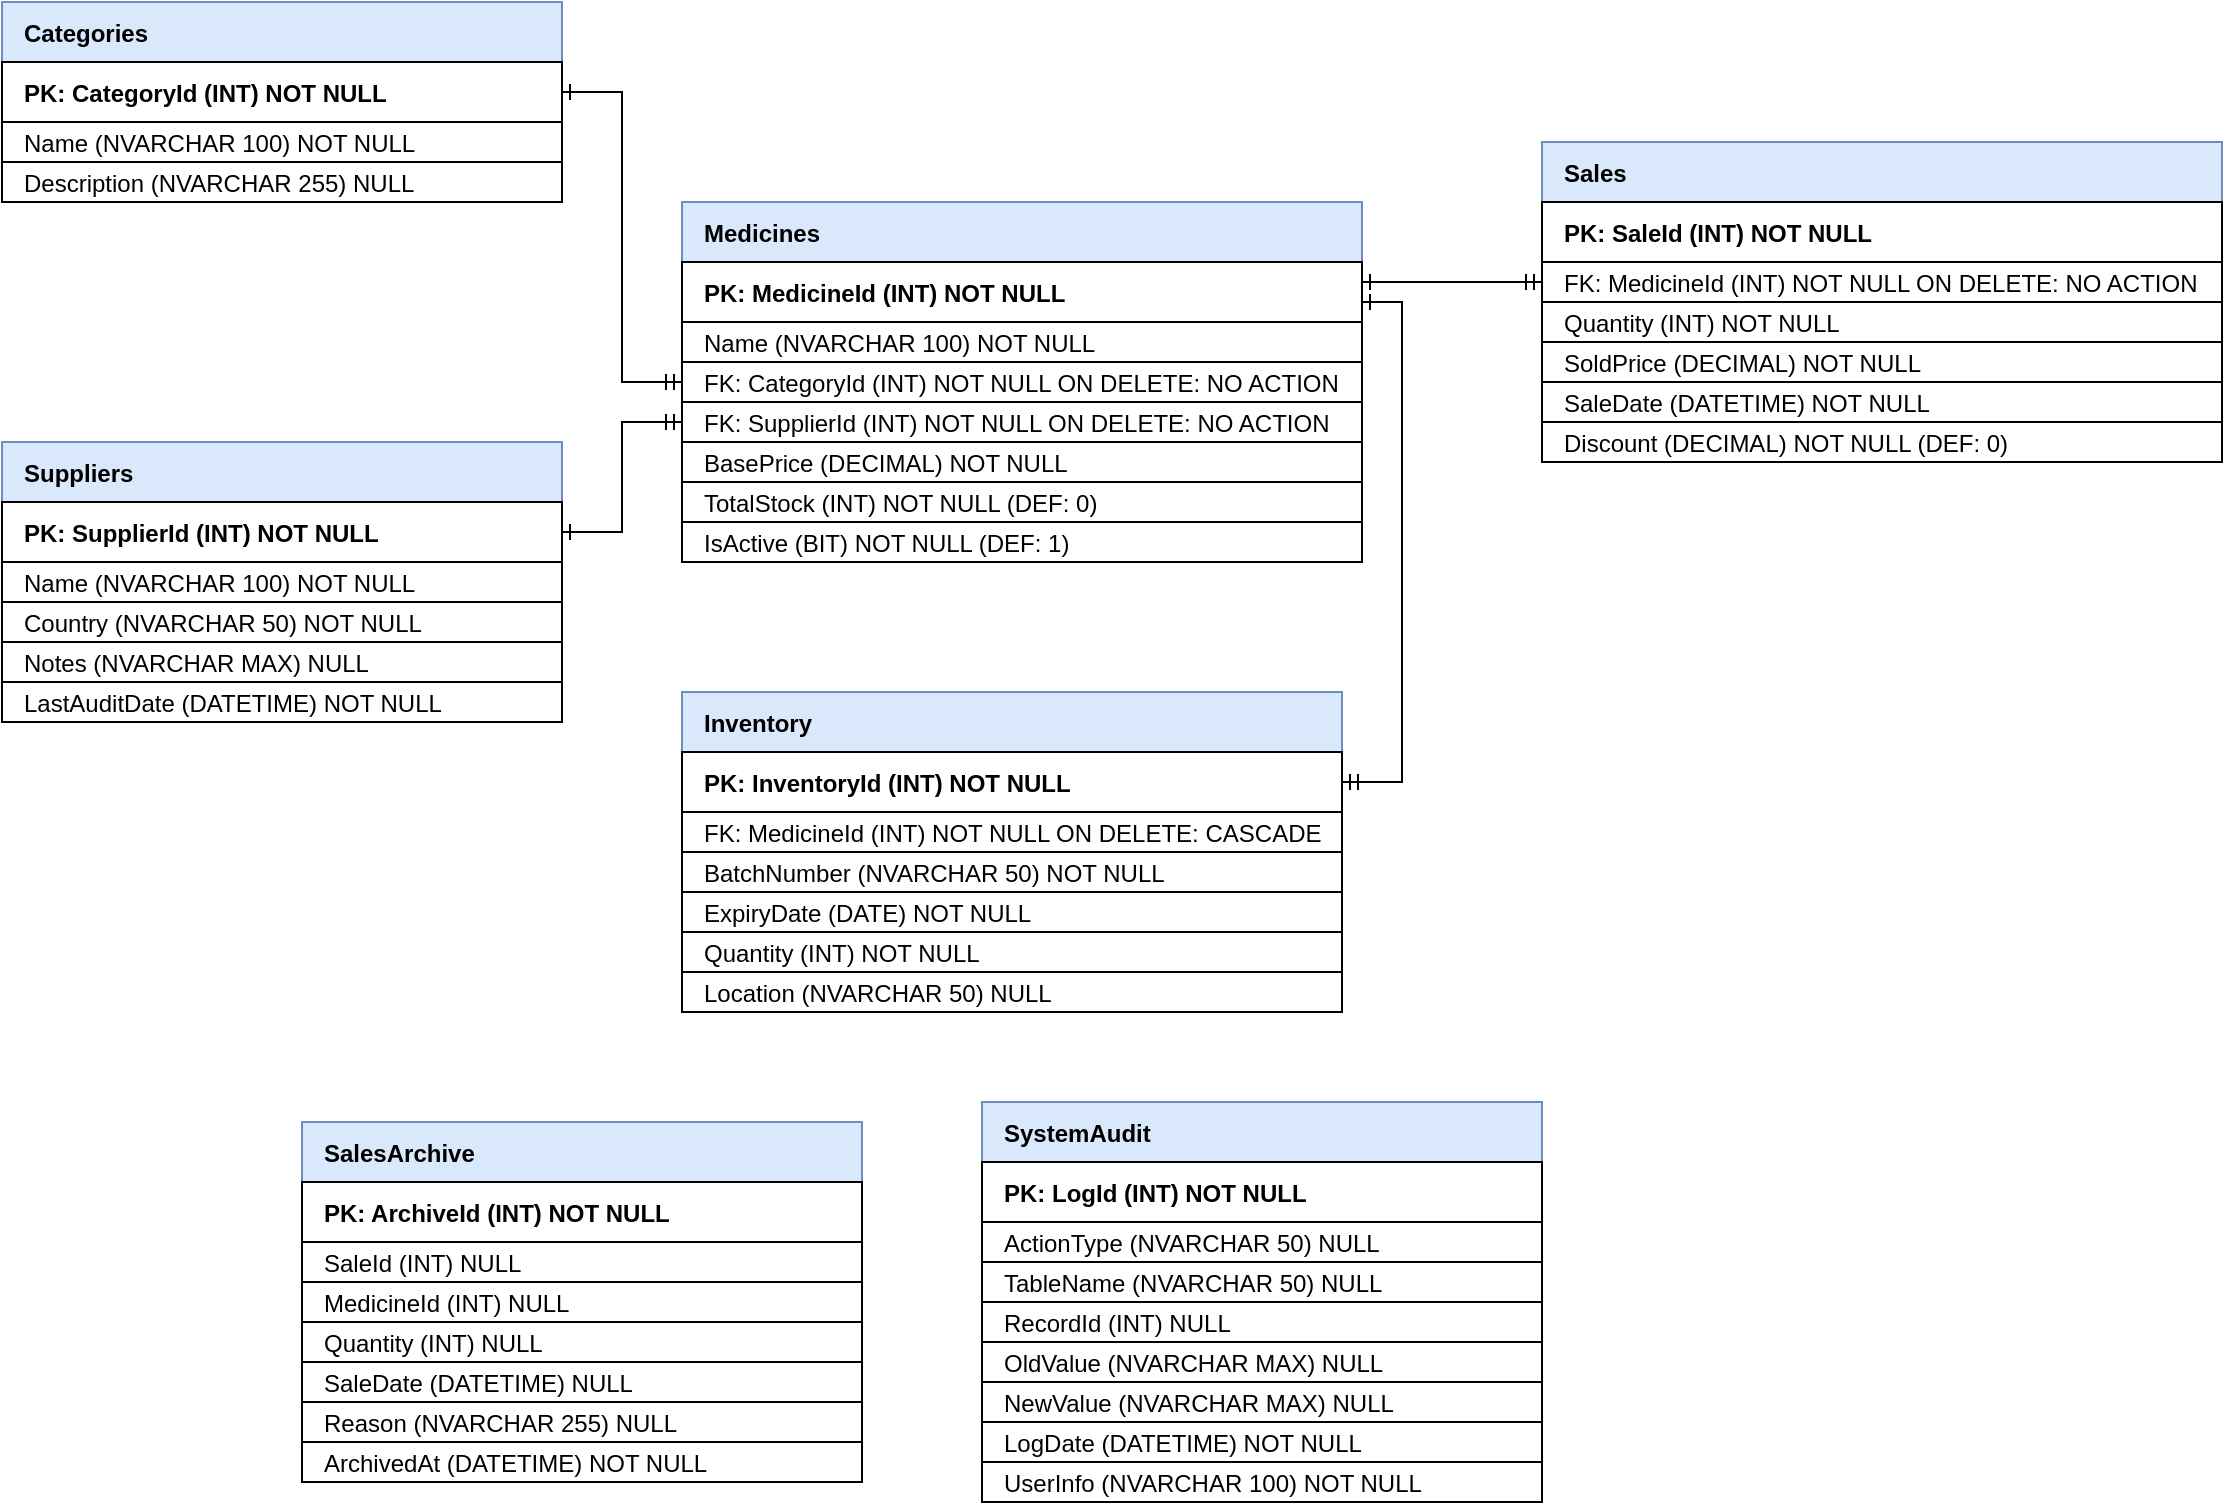
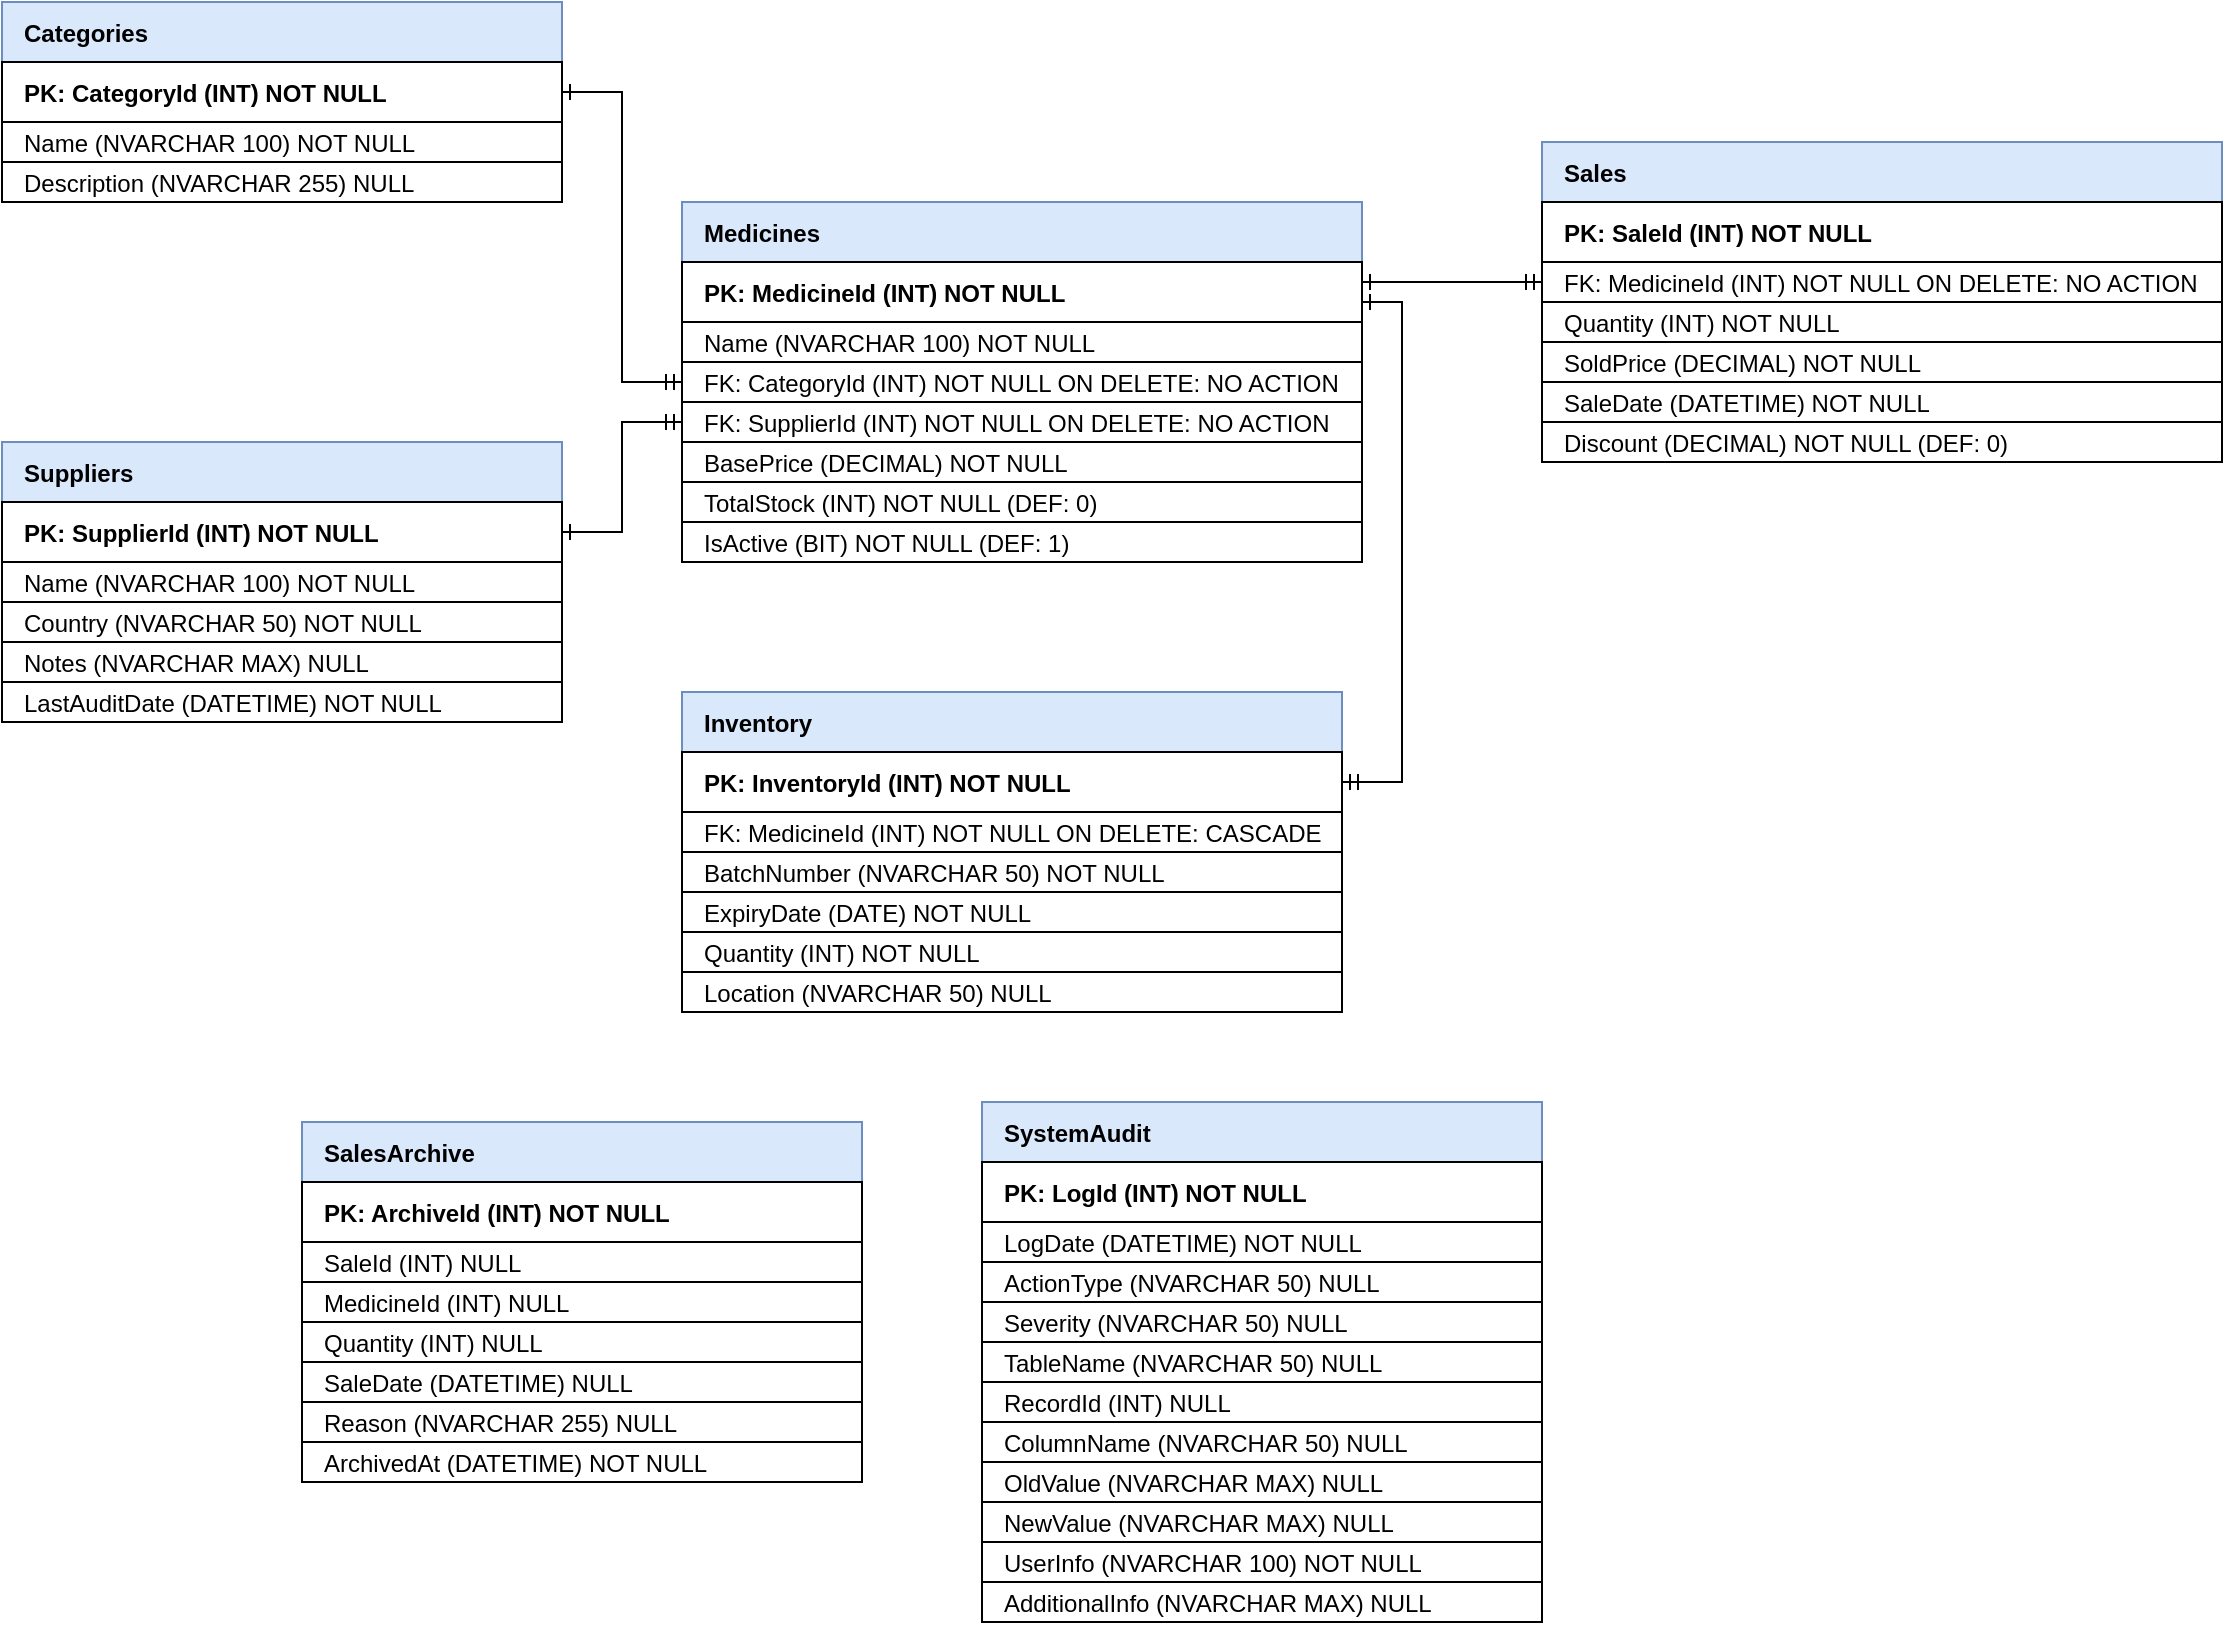
<mxfile host="Electron" agent="Mozilla/5.0 (X11; Linux x86_64) AppleWebKit/537.36 (KHTML, like Gecko) draw.io/29.6.1 Chrome/142.0.7444.265 Electron/39.8.9 Safari/537.36" version="29.6.1">
  <diagram name="Pharmacy ERD Simplified" id="pharmacy_erd_01">
-     <mxGraphModel dx="2123" dy="764" grid="1" gridSize="10" guides="1" tooltips="1" connect="1" arrows="1" fold="1" page="1" pageScale="1" pageWidth="827" pageHeight="1169" math="0" shadow="0">
+     <mxGraphModel dx="1223" dy="233" grid="1" gridSize="10" guides="1" tooltips="1" connect="1" arrows="1" fold="1" page="1" pageScale="1" pageWidth="827" pageHeight="1169" math="0" shadow="0">
      <root>
        <mxCell id="0" />
        <mxCell id="1" parent="0" />
        <mxCell id="t_cat" parent="1" style="shape=table;startSize=30;container=1;collapsible=1;childLayout=tableLayout;fixedRows=1;rowLines=0;fontStyle=1;strokeColor=#6c8ebf;fillColor=#dae8fc;horizontal=1;align=left;spacingLeft=9;" value="Categories" vertex="1">
          <mxGeometry height="100" width="280" x="-30" y="160" as="geometry" />
        </mxCell>
        <mxCell id="t_cat_1" parent="t_cat" style="shape=tableRow;horizontal=1;startSize=0;swimlaneHead=0;swimlaneBody=0;fillColor=none;collapsible=0;dropTarget=0;points=[[0,0.5],[1,0.5]];portConstraint=eastwest;fontSize=12;fontStyle=1;align=left;spacingLeft=9;" value="PK: CategoryId (INT) NOT NULL" vertex="1">
          <mxGeometry height="30" width="280" y="30" as="geometry" />
        </mxCell>
        <mxCell id="t_cat_2" parent="t_cat" style="shape=tableRow;horizontal=1;startSize=0;swimlaneHead=0;swimlaneBody=0;fillColor=none;collapsible=0;dropTarget=0;points=[[0,0.5],[1,0.5]];portConstraint=eastwest;fontSize=12;align=left;spacingLeft=9;" value="Name (NVARCHAR 100) NOT NULL" vertex="1">
          <mxGeometry height="20" width="280" y="60" as="geometry" />
        </mxCell>
        <mxCell id="t_cat_3" parent="t_cat" style="shape=tableRow;horizontal=1;startSize=0;swimlaneHead=0;swimlaneBody=0;fillColor=none;collapsible=0;dropTarget=0;points=[[0,0.5],[1,0.5]];portConstraint=eastwest;fontSize=12;align=left;spacingLeft=9;" value="Description (NVARCHAR 255) NULL" vertex="1">
          <mxGeometry height="20" width="280" y="80" as="geometry" />
        </mxCell>
        <mxCell id="t_sup" parent="1" style="shape=table;startSize=30;container=1;collapsible=1;childLayout=tableLayout;fixedRows=1;rowLines=0;fontStyle=1;strokeColor=#6c8ebf;fillColor=#dae8fc;horizontal=1;align=left;spacingLeft=9;" value="Suppliers" vertex="1">
          <mxGeometry height="140" width="280" x="-30" y="380" as="geometry" />
        </mxCell>
        <mxCell id="t_sup_1" parent="t_sup" style="shape=tableRow;horizontal=1;startSize=0;swimlaneHead=0;swimlaneBody=0;fillColor=none;collapsible=0;dropTarget=0;points=[[0,0.5],[1,0.5]];portConstraint=eastwest;fontSize=12;fontStyle=1;align=left;spacingLeft=9;" value="PK: SupplierId (INT) NOT NULL" vertex="1">
          <mxGeometry height="30" width="280" y="30" as="geometry" />
        </mxCell>
        <mxCell id="t_sup_2" parent="t_sup" style="shape=tableRow;horizontal=1;startSize=0;swimlaneHead=0;swimlaneBody=0;fillColor=none;collapsible=0;dropTarget=0;points=[[0,0.5],[1,0.5]];portConstraint=eastwest;fontSize=12;align=left;spacingLeft=9;" value="Name (NVARCHAR 100) NOT NULL" vertex="1">
          <mxGeometry height="20" width="280" y="60" as="geometry" />
        </mxCell>
        <mxCell id="t_sup_3" parent="t_sup" style="shape=tableRow;horizontal=1;startSize=0;swimlaneHead=0;swimlaneBody=0;fillColor=none;collapsible=0;dropTarget=0;points=[[0,0.5],[1,0.5]];portConstraint=eastwest;fontSize=12;align=left;spacingLeft=9;" value="Country (NVARCHAR 50) NOT NULL" vertex="1">
          <mxGeometry height="20" width="280" y="80" as="geometry" />
        </mxCell>
        <mxCell id="t_sup_4" parent="t_sup" style="shape=tableRow;horizontal=1;startSize=0;swimlaneHead=0;swimlaneBody=0;fillColor=none;collapsible=0;dropTarget=0;points=[[0,0.5],[1,0.5]];portConstraint=eastwest;fontSize=12;align=left;spacingLeft=9;" value="Notes (NVARCHAR MAX) NULL" vertex="1">
          <mxGeometry height="20" width="280" y="100" as="geometry" />
        </mxCell>
        <mxCell id="t_sup_5" parent="t_sup" style="shape=tableRow;horizontal=1;startSize=0;swimlaneHead=0;swimlaneBody=0;fillColor=none;collapsible=0;dropTarget=0;points=[[0,0.5],[1,0.5]];portConstraint=eastwest;fontSize=12;align=left;spacingLeft=9;" value="LastAuditDate (DATETIME) NOT NULL" vertex="1">
          <mxGeometry height="20" width="280" y="120" as="geometry" />
        </mxCell>
        <mxCell id="t_med" parent="1" style="shape=table;startSize=30;container=1;collapsible=1;childLayout=tableLayout;fixedRows=1;rowLines=0;fontStyle=1;strokeColor=#6c8ebf;fillColor=#dae8fc;horizontal=1;align=left;spacingLeft=9;" value="Medicines" vertex="1">
          <mxGeometry height="180" width="340" x="310" y="260" as="geometry" />
        </mxCell>
        <mxCell id="t_med_1" parent="t_med" style="shape=tableRow;horizontal=1;startSize=0;swimlaneHead=0;swimlaneBody=0;fillColor=none;collapsible=0;dropTarget=0;points=[[0,0.5],[1,0.5]];portConstraint=eastwest;fontSize=12;fontStyle=1;align=left;spacingLeft=9;" value="PK: MedicineId (INT) NOT NULL" vertex="1">
          <mxGeometry height="30" width="340" y="30" as="geometry" />
        </mxCell>
        <mxCell id="t_med_2" parent="t_med" style="shape=tableRow;horizontal=1;startSize=0;swimlaneHead=0;swimlaneBody=0;fillColor=none;collapsible=0;dropTarget=0;points=[[0,0.5],[1,0.5]];portConstraint=eastwest;fontSize=12;align=left;spacingLeft=9;" value="Name (NVARCHAR 100) NOT NULL" vertex="1">
          <mxGeometry height="20" width="340" y="60" as="geometry" />
        </mxCell>
        <mxCell id="t_med_3" parent="t_med" style="shape=tableRow;horizontal=1;startSize=0;swimlaneHead=0;swimlaneBody=0;fillColor=none;collapsible=0;dropTarget=0;points=[[0,0.5],[1,0.5]];portConstraint=eastwest;fontSize=12;align=left;spacingLeft=9;" value="FK: CategoryId (INT) NOT NULL ON DELETE: NO ACTION" vertex="1">
          <mxGeometry height="20" width="340" y="80" as="geometry" />
        </mxCell>
        <mxCell id="t_med_4" parent="t_med" style="shape=tableRow;horizontal=1;startSize=0;swimlaneHead=0;swimlaneBody=0;fillColor=none;collapsible=0;dropTarget=0;points=[[0,0.5],[1,0.5]];portConstraint=eastwest;fontSize=12;align=left;spacingLeft=9;" value="FK: SupplierId (INT) NOT NULL ON DELETE: NO ACTION" vertex="1">
          <mxGeometry height="20" width="340" y="100" as="geometry" />
        </mxCell>
        <mxCell id="t_med_5" parent="t_med" style="shape=tableRow;horizontal=1;startSize=0;swimlaneHead=0;swimlaneBody=0;fillColor=none;collapsible=0;dropTarget=0;points=[[0,0.5],[1,0.5]];portConstraint=eastwest;fontSize=12;align=left;spacingLeft=9;" value="BasePrice (DECIMAL) NOT NULL" vertex="1">
          <mxGeometry height="20" width="340" y="120" as="geometry" />
        </mxCell>
        <mxCell id="t_med_6" parent="t_med" style="shape=tableRow;horizontal=1;startSize=0;swimlaneHead=0;swimlaneBody=0;fillColor=none;collapsible=0;dropTarget=0;points=[[0,0.5],[1,0.5]];portConstraint=eastwest;fontSize=12;align=left;spacingLeft=9;" value="TotalStock (INT) NOT NULL (DEF: 0)" vertex="1">
          <mxGeometry height="20" width="340" y="140" as="geometry" />
        </mxCell>
        <mxCell id="t_med_7" parent="t_med" style="shape=tableRow;horizontal=1;startSize=0;swimlaneHead=0;swimlaneBody=0;fillColor=none;collapsible=0;dropTarget=0;points=[[0,0.5],[1,0.5]];portConstraint=eastwest;fontSize=12;align=left;spacingLeft=9;" value="IsActive (BIT) NOT NULL (DEF: 1)" vertex="1">
          <mxGeometry height="20" width="340" y="160" as="geometry" />
        </mxCell>
        <mxCell id="t_inv" parent="1" style="shape=table;startSize=30;container=1;collapsible=1;childLayout=tableLayout;fixedRows=1;rowLines=0;fontStyle=1;strokeColor=#6c8ebf;fillColor=#dae8fc;horizontal=1;align=left;spacingLeft=9;" value="Inventory" vertex="1">
          <mxGeometry height="160" width="330" x="310" y="505" as="geometry" />
        </mxCell>
        <mxCell id="t_inv_1" parent="t_inv" style="shape=tableRow;horizontal=1;startSize=0;swimlaneHead=0;swimlaneBody=0;fillColor=none;collapsible=0;dropTarget=0;points=[[0,0.5],[1,0.5]];portConstraint=eastwest;fontSize=12;fontStyle=1;align=left;spacingLeft=9;" value="PK: InventoryId (INT) NOT NULL" vertex="1">
          <mxGeometry height="30" width="330" y="30" as="geometry" />
        </mxCell>
        <mxCell id="t_inv_2" parent="t_inv" style="shape=tableRow;horizontal=1;startSize=0;swimlaneHead=0;swimlaneBody=0;fillColor=none;collapsible=0;dropTarget=0;points=[[0,0.5],[1,0.5]];portConstraint=eastwest;fontSize=12;align=left;spacingLeft=9;" value="FK: MedicineId (INT) NOT NULL ON DELETE: CASCADE" vertex="1">
          <mxGeometry height="20" width="330" y="60" as="geometry" />
        </mxCell>
        <mxCell id="t_inv_3" parent="t_inv" style="shape=tableRow;horizontal=1;startSize=0;swimlaneHead=0;swimlaneBody=0;fillColor=none;collapsible=0;dropTarget=0;points=[[0,0.5],[1,0.5]];portConstraint=eastwest;fontSize=12;align=left;spacingLeft=9;" value="BatchNumber (NVARCHAR 50) NOT NULL" vertex="1">
          <mxGeometry height="20" width="330" y="80" as="geometry" />
        </mxCell>
        <mxCell id="t_inv_4" parent="t_inv" style="shape=tableRow;horizontal=1;startSize=0;swimlaneHead=0;swimlaneBody=0;fillColor=none;collapsible=0;dropTarget=0;points=[[0,0.5],[1,0.5]];portConstraint=eastwest;fontSize=12;align=left;spacingLeft=9;" value="ExpiryDate (DATE) NOT NULL" vertex="1">
          <mxGeometry height="20" width="330" y="100" as="geometry" />
        </mxCell>
        <mxCell id="t_inv_5" parent="t_inv" style="shape=tableRow;horizontal=1;startSize=0;swimlaneHead=0;swimlaneBody=0;fillColor=none;collapsible=0;dropTarget=0;points=[[0,0.5],[1,0.5]];portConstraint=eastwest;fontSize=12;align=left;spacingLeft=9;" value="Quantity (INT) NOT NULL" vertex="1">
          <mxGeometry height="20" width="330" y="120" as="geometry" />
        </mxCell>
        <mxCell id="t_inv_6" parent="t_inv" style="shape=tableRow;horizontal=1;startSize=0;swimlaneHead=0;swimlaneBody=0;fillColor=none;collapsible=0;dropTarget=0;points=[[0,0.5],[1,0.5]];portConstraint=eastwest;fontSize=12;align=left;spacingLeft=9;" value="Location (NVARCHAR 50) NULL" vertex="1">
          <mxGeometry height="20" width="330" y="140" as="geometry" />
        </mxCell>
        <mxCell id="t_sal" parent="1" style="shape=table;startSize=30;container=1;collapsible=1;childLayout=tableLayout;fixedRows=1;rowLines=0;fontStyle=1;strokeColor=#6c8ebf;fillColor=#dae8fc;horizontal=1;align=left;spacingLeft=9;" value="Sales" vertex="1">
          <mxGeometry height="160" width="340" x="740" y="230" as="geometry" />
        </mxCell>
        <mxCell id="t_sal_1" parent="t_sal" style="shape=tableRow;horizontal=1;startSize=0;swimlaneHead=0;swimlaneBody=0;fillColor=none;collapsible=0;dropTarget=0;points=[[0,0.5],[1,0.5]];portConstraint=eastwest;fontSize=12;fontStyle=1;align=left;spacingLeft=9;" value="PK: SaleId (INT) NOT NULL" vertex="1">
          <mxGeometry height="30" width="340" y="30" as="geometry" />
        </mxCell>
        <mxCell id="t_sal_2" parent="t_sal" style="shape=tableRow;horizontal=1;startSize=0;swimlaneHead=0;swimlaneBody=0;fillColor=none;collapsible=0;dropTarget=0;points=[[0,0.5],[1,0.5]];portConstraint=eastwest;fontSize=12;align=left;spacingLeft=9;" value="FK: MedicineId (INT) NOT NULL ON DELETE: NO ACTION" vertex="1">
          <mxGeometry height="20" width="340" y="60" as="geometry" />
        </mxCell>
        <mxCell id="t_sal_3" parent="t_sal" style="shape=tableRow;horizontal=1;startSize=0;swimlaneHead=0;swimlaneBody=0;fillColor=none;collapsible=0;dropTarget=0;points=[[0,0.5],[1,0.5]];portConstraint=eastwest;fontSize=12;align=left;spacingLeft=9;" value="Quantity (INT) NOT NULL" vertex="1">
          <mxGeometry height="20" width="340" y="80" as="geometry" />
        </mxCell>
        <mxCell id="t_sal_4" parent="t_sal" style="shape=tableRow;horizontal=1;startSize=0;swimlaneHead=0;swimlaneBody=0;fillColor=none;collapsible=0;dropTarget=0;points=[[0,0.5],[1,0.5]];portConstraint=eastwest;fontSize=12;align=left;spacingLeft=9;" value="SoldPrice (DECIMAL) NOT NULL" vertex="1">
          <mxGeometry height="20" width="340" y="100" as="geometry" />
        </mxCell>
        <mxCell id="t_sal_5" parent="t_sal" style="shape=tableRow;horizontal=1;startSize=0;swimlaneHead=0;swimlaneBody=0;fillColor=none;collapsible=0;dropTarget=0;points=[[0,0.5],[1,0.5]];portConstraint=eastwest;fontSize=12;align=left;spacingLeft=9;" value="SaleDate (DATETIME) NOT NULL" vertex="1">
          <mxGeometry height="20" width="340" y="120" as="geometry" />
        </mxCell>
        <mxCell id="t_sal_6" parent="t_sal" style="shape=tableRow;horizontal=1;startSize=0;swimlaneHead=0;swimlaneBody=0;fillColor=none;collapsible=0;dropTarget=0;points=[[0,0.5],[1,0.5]];portConstraint=eastwest;fontSize=12;align=left;spacingLeft=9;" value="Discount (DECIMAL) NOT NULL (DEF: 0)" vertex="1">
          <mxGeometry height="20" width="340" y="140" as="geometry" />
        </mxCell>
        <mxCell id="t_arch" parent="1" style="shape=table;startSize=30;container=1;collapsible=1;childLayout=tableLayout;fixedRows=1;rowLines=0;fontStyle=1;strokeColor=#6c8ebf;fillColor=#dae8fc;horizontal=1;align=left;spacingLeft=9;" value="SalesArchive" vertex="1">
          <mxGeometry height="180" width="280" x="120" y="720" as="geometry" />
        </mxCell>
        <mxCell id="t_arch_1" parent="t_arch" style="shape=tableRow;horizontal=1;startSize=0;swimlaneHead=0;swimlaneBody=0;fillColor=none;collapsible=0;dropTarget=0;points=[[0,0.5],[1,0.5]];portConstraint=eastwest;fontSize=12;fontStyle=1;align=left;spacingLeft=9;" value="PK: ArchiveId (INT) NOT NULL" vertex="1">
          <mxGeometry height="30" width="280" y="30" as="geometry" />
        </mxCell>
        <mxCell id="t_arch_2" parent="t_arch" style="shape=tableRow;horizontal=1;startSize=0;swimlaneHead=0;swimlaneBody=0;fillColor=none;collapsible=0;dropTarget=0;points=[[0,0.5],[1,0.5]];portConstraint=eastwest;fontSize=12;align=left;spacingLeft=9;" value="SaleId (INT) NULL" vertex="1">
          <mxGeometry height="20" width="280" y="60" as="geometry" />
        </mxCell>
        <mxCell id="t_arch_3" parent="t_arch" style="shape=tableRow;horizontal=1;startSize=0;swimlaneHead=0;swimlaneBody=0;fillColor=none;collapsible=0;dropTarget=0;points=[[0,0.5],[1,0.5]];portConstraint=eastwest;fontSize=12;align=left;spacingLeft=9;" value="MedicineId (INT) NULL" vertex="1">
          <mxGeometry height="20" width="280" y="80" as="geometry" />
        </mxCell>
        <mxCell id="t_arch_4" parent="t_arch" style="shape=tableRow;horizontal=1;startSize=0;swimlaneHead=0;swimlaneBody=0;fillColor=none;collapsible=0;dropTarget=0;points=[[0,0.5],[1,0.5]];portConstraint=eastwest;fontSize=12;align=left;spacingLeft=9;" value="Quantity (INT) NULL" vertex="1">
          <mxGeometry height="20" width="280" y="100" as="geometry" />
        </mxCell>
        <mxCell id="t_arch_5" parent="t_arch" style="shape=tableRow;horizontal=1;startSize=0;swimlaneHead=0;swimlaneBody=0;fillColor=none;collapsible=0;dropTarget=0;points=[[0,0.5],[1,0.5]];portConstraint=eastwest;fontSize=12;align=left;spacingLeft=9;" value="SaleDate (DATETIME) NULL" vertex="1">
          <mxGeometry height="20" width="280" y="120" as="geometry" />
        </mxCell>
        <mxCell id="t_arch_6" parent="t_arch" style="shape=tableRow;horizontal=1;startSize=0;swimlaneHead=0;swimlaneBody=0;fillColor=none;collapsible=0;dropTarget=0;points=[[0,0.5],[1,0.5]];portConstraint=eastwest;fontSize=12;align=left;spacingLeft=9;" value="Reason (NVARCHAR 255) NULL" vertex="1">
          <mxGeometry height="20" width="280" y="140" as="geometry" />
        </mxCell>
        <mxCell id="t_arch_7" parent="t_arch" style="shape=tableRow;horizontal=1;startSize=0;swimlaneHead=0;swimlaneBody=0;fillColor=none;collapsible=0;dropTarget=0;points=[[0,0.5],[1,0.5]];portConstraint=eastwest;fontSize=12;align=left;spacingLeft=9;" value="ArchivedAt (DATETIME) NOT NULL" vertex="1">
          <mxGeometry height="20" width="280" y="160" as="geometry" />
        </mxCell>
        <mxCell id="t_aud" parent="1" style="shape=table;startSize=30;container=1;collapsible=1;childLayout=tableLayout;fixedRows=1;rowLines=0;fontStyle=1;strokeColor=#6c8ebf;fillColor=#dae8fc;horizontal=1;align=left;spacingLeft=9;" value="SystemAudit" vertex="1">
-           <mxGeometry height="200" width="280" x="460" y="710" as="geometry" />
+           <mxGeometry height="260" width="280" x="460" y="710" as="geometry" />
        </mxCell>
        <mxCell id="t_aud_1" parent="t_aud" style="shape=tableRow;horizontal=1;startSize=0;swimlaneHead=0;swimlaneBody=0;fillColor=none;collapsible=0;dropTarget=0;points=[[0,0.5],[1,0.5]];portConstraint=eastwest;fontSize=12;fontStyle=1;align=left;spacingLeft=9;" value="PK: LogId (INT) NOT NULL" vertex="1">
          <mxGeometry height="30" width="280" y="30" as="geometry" />
        </mxCell>
-         <mxCell id="t_aud_2" parent="t_aud" style="shape=tableRow;horizontal=1;startSize=0;swimlaneHead=0;swimlaneBody=0;fillColor=none;collapsible=0;dropTarget=0;points=[[0,0.5],[1,0.5]];portConstraint=eastwest;fontSize=12;align=left;spacingLeft=9;" value="ActionType (NVARCHAR 50) NULL" vertex="1">
+         <mxCell id="t_aud_7" parent="t_aud" style="shape=tableRow;horizontal=1;startSize=0;swimlaneHead=0;swimlaneBody=0;fillColor=none;collapsible=0;dropTarget=0;points=[[0,0.5],[1,0.5]];portConstraint=eastwest;fontSize=12;align=left;spacingLeft=9;" value="LogDate (DATETIME) NOT NULL" vertex="1">
          <mxGeometry height="20" width="280" y="60" as="geometry" />
        </mxCell>
-         <mxCell id="t_aud_3" parent="t_aud" style="shape=tableRow;horizontal=1;startSize=0;swimlaneHead=0;swimlaneBody=0;fillColor=none;collapsible=0;dropTarget=0;points=[[0,0.5],[1,0.5]];portConstraint=eastwest;fontSize=12;align=left;spacingLeft=9;" value="TableName (NVARCHAR 50) NULL" vertex="1">
+         <mxCell id="t_aud_2" parent="t_aud" style="shape=tableRow;horizontal=1;startSize=0;swimlaneHead=0;swimlaneBody=0;fillColor=none;collapsible=0;dropTarget=0;points=[[0,0.5],[1,0.5]];portConstraint=eastwest;fontSize=12;align=left;spacingLeft=9;" value="ActionType (NVARCHAR 50) NULL" vertex="1">
          <mxGeometry height="20" width="280" y="80" as="geometry" />
        </mxCell>
-         <mxCell id="t_aud_4" parent="t_aud" style="shape=tableRow;horizontal=1;startSize=0;swimlaneHead=0;swimlaneBody=0;fillColor=none;collapsible=0;dropTarget=0;points=[[0,0.5],[1,0.5]];portConstraint=eastwest;fontSize=12;align=left;spacingLeft=9;" value="RecordId (INT) NULL" vertex="1">
+         <mxCell id="CB3n8XjiQeR6q22l5N-z-4" parent="t_aud" style="shape=tableRow;horizontal=1;startSize=0;swimlaneHead=0;swimlaneBody=0;fillColor=none;collapsible=0;dropTarget=0;points=[[0,0.5],[1,0.5]];portConstraint=eastwest;fontSize=12;align=left;spacingLeft=9;" value="Severity (NVARCHAR 50) NULL" vertex="1">
          <mxGeometry height="20" width="280" y="100" as="geometry" />
        </mxCell>
-         <mxCell id="t_aud_5" parent="t_aud" style="shape=tableRow;horizontal=1;startSize=0;swimlaneHead=0;swimlaneBody=0;fillColor=none;collapsible=0;dropTarget=0;points=[[0,0.5],[1,0.5]];portConstraint=eastwest;fontSize=12;align=left;spacingLeft=9;" value="OldValue (NVARCHAR MAX) NULL" vertex="1">
+         <mxCell id="t_aud_3" parent="t_aud" style="shape=tableRow;horizontal=1;startSize=0;swimlaneHead=0;swimlaneBody=0;fillColor=none;collapsible=0;dropTarget=0;points=[[0,0.5],[1,0.5]];portConstraint=eastwest;fontSize=12;align=left;spacingLeft=9;" value="TableName (NVARCHAR 50) NULL" vertex="1">
          <mxGeometry height="20" width="280" y="120" as="geometry" />
        </mxCell>
-         <mxCell id="t_aud_6" parent="t_aud" style="shape=tableRow;horizontal=1;startSize=0;swimlaneHead=0;swimlaneBody=0;fillColor=none;collapsible=0;dropTarget=0;points=[[0,0.5],[1,0.5]];portConstraint=eastwest;fontSize=12;align=left;spacingLeft=9;" value="NewValue (NVARCHAR MAX) NULL" vertex="1">
+         <mxCell id="t_aud_4" parent="t_aud" style="shape=tableRow;horizontal=1;startSize=0;swimlaneHead=0;swimlaneBody=0;fillColor=none;collapsible=0;dropTarget=0;points=[[0,0.5],[1,0.5]];portConstraint=eastwest;fontSize=12;align=left;spacingLeft=9;" value="RecordId (INT) NULL" vertex="1">
          <mxGeometry height="20" width="280" y="140" as="geometry" />
        </mxCell>
-         <mxCell id="t_aud_7" parent="t_aud" style="shape=tableRow;horizontal=1;startSize=0;swimlaneHead=0;swimlaneBody=0;fillColor=none;collapsible=0;dropTarget=0;points=[[0,0.5],[1,0.5]];portConstraint=eastwest;fontSize=12;align=left;spacingLeft=9;" value="LogDate (DATETIME) NOT NULL" vertex="1">
+         <mxCell id="CB3n8XjiQeR6q22l5N-z-3" parent="t_aud" style="shape=tableRow;horizontal=1;startSize=0;swimlaneHead=0;swimlaneBody=0;fillColor=none;collapsible=0;dropTarget=0;points=[[0,0.5],[1,0.5]];portConstraint=eastwest;fontSize=12;align=left;spacingLeft=9;" value="ColumnName (NVARCHAR 50) NULL" vertex="1">
          <mxGeometry height="20" width="280" y="160" as="geometry" />
        </mxCell>
+         <mxCell id="t_aud_5" parent="t_aud" style="shape=tableRow;horizontal=1;startSize=0;swimlaneHead=0;swimlaneBody=0;fillColor=none;collapsible=0;dropTarget=0;points=[[0,0.5],[1,0.5]];portConstraint=eastwest;fontSize=12;align=left;spacingLeft=9;" value="OldValue (NVARCHAR MAX) NULL" vertex="1">
+           <mxGeometry height="20" width="280" y="180" as="geometry" />
+         </mxCell>
+         <mxCell id="t_aud_6" parent="t_aud" style="shape=tableRow;horizontal=1;startSize=0;swimlaneHead=0;swimlaneBody=0;fillColor=none;collapsible=0;dropTarget=0;points=[[0,0.5],[1,0.5]];portConstraint=eastwest;fontSize=12;align=left;spacingLeft=9;" value="NewValue (NVARCHAR MAX) NULL" vertex="1">
+           <mxGeometry height="20" width="280" y="200" as="geometry" />
+         </mxCell>
        <mxCell id="t_aud_8" parent="t_aud" style="shape=tableRow;horizontal=1;startSize=0;swimlaneHead=0;swimlaneBody=0;fillColor=none;collapsible=0;dropTarget=0;points=[[0,0.5],[1,0.5]];portConstraint=eastwest;fontSize=12;align=left;spacingLeft=9;" value="UserInfo (NVARCHAR 100) NOT NULL" vertex="1">
-           <mxGeometry height="20" width="280" y="180" as="geometry" />
+           <mxGeometry height="20" width="280" y="220" as="geometry" />
+         </mxCell>
+         <mxCell id="CB3n8XjiQeR6q22l5N-z-1" parent="t_aud" style="shape=tableRow;horizontal=1;startSize=0;swimlaneHead=0;swimlaneBody=0;fillColor=none;collapsible=0;dropTarget=0;points=[[0,0.5],[1,0.5]];portConstraint=eastwest;fontSize=12;align=left;spacingLeft=9;" value="AdditionalInfo (NVARCHAR MAX) NULL" vertex="1">
+           <mxGeometry height="20" width="280" y="240" as="geometry" />
        </mxCell>
        <mxCell id="vmu8yMbgY_tkWGM_gNJf-4" edge="1" parent="1" source="t_med_3" style="edgeStyle=orthogonalEdgeStyle;rounded=0;orthogonalLoop=1;jettySize=auto;html=1;exitX=0;exitY=0.5;exitDx=0;exitDy=0;entryX=1;entryY=0.5;entryDx=0;entryDy=0;startArrow=ERmandOne;startFill=0;endArrow=ERone;endFill=0;" target="t_cat_1">
          <mxGeometry relative="1" as="geometry" />
        </mxCell>
        <mxCell id="vmu8yMbgY_tkWGM_gNJf-5" edge="1" parent="1" source="t_med_4" style="edgeStyle=orthogonalEdgeStyle;rounded=0;orthogonalLoop=1;jettySize=auto;html=1;exitX=0;exitY=0.5;exitDx=0;exitDy=0;entryX=1;entryY=0.5;entryDx=0;entryDy=0;startArrow=ERmandOne;startFill=0;endArrow=ERone;endFill=0;" target="t_sup_1">
          <mxGeometry relative="1" as="geometry" />
        </mxCell>
        <mxCell id="vmu8yMbgY_tkWGM_gNJf-8" edge="1" parent="1" source="t_inv_1" style="edgeStyle=orthogonalEdgeStyle;rounded=0;orthogonalLoop=1;jettySize=auto;html=1;exitX=1;exitY=0.5;exitDx=0;exitDy=0;endArrow=ERone;endFill=0;startArrow=ERmandOne;startFill=0;" target="t_med_1">
          <mxGeometry relative="1" as="geometry">
            <Array as="points">
              <mxPoint x="670" y="550" />
              <mxPoint x="670" y="310" />
            </Array>
          </mxGeometry>
        </mxCell>
        <mxCell id="vmu8yMbgY_tkWGM_gNJf-9" edge="1" parent="1" source="t_sal_2" style="edgeStyle=orthogonalEdgeStyle;rounded=0;orthogonalLoop=1;jettySize=auto;html=1;exitX=0;exitY=0.5;exitDx=0;exitDy=0;endArrow=ERone;endFill=0;startArrow=ERmandOne;startFill=0;" target="t_med_1" value=" ">
          <mxGeometry relative="1" as="geometry">
            <Array as="points">
              <mxPoint x="680" y="300" />
              <mxPoint x="680" y="300" />
            </Array>
          </mxGeometry>
        </mxCell>
      </root>
    </mxGraphModel>
  </diagram>
</mxfile>
